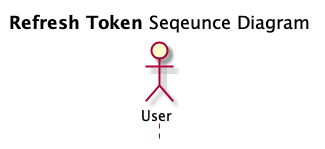
Kritsanawipankhet/CE64-41 keeps this PlantUML diagram as documents/diagrams/out/authentication-server/refreshToken/refreshToken.png. Above is the earlier version. Source of this version:
```plantuml
@startuml refreshToken
title **Refresh Token** Seqeunce Diagram
hide footbox
actor User

@enduml
```
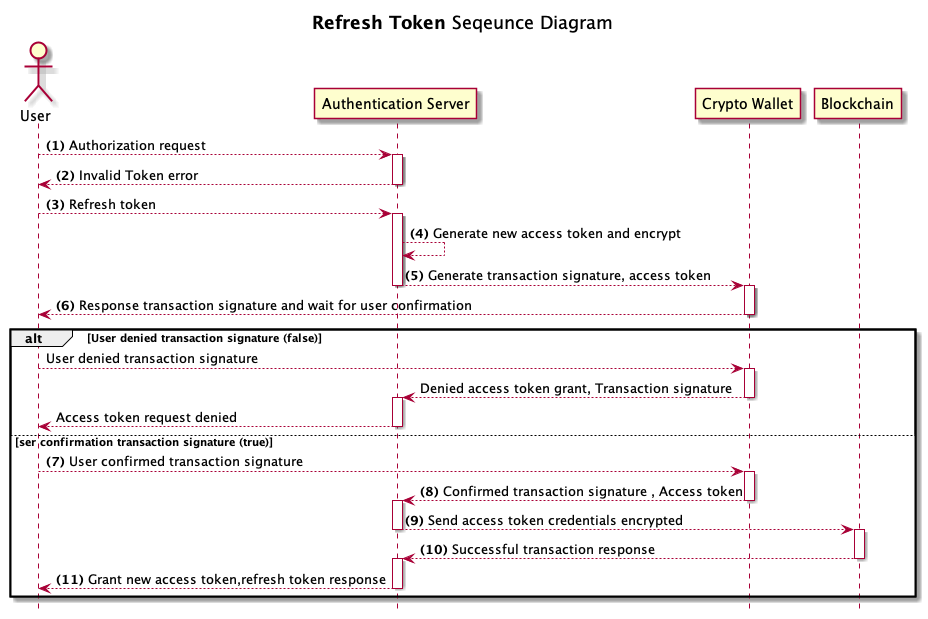
Above is the later version.

The edit, as a diff of the source:
```diff
@@ -2,5 +2,25 @@
 title **Refresh Token** Seqeunce Diagram
 hide footbox
 actor User
+autonumber "<b>(0)"
+"User" --> "Authentication Server" ++: Authorization request
+"Authentication Server" --> "User" --: Invalid Token error
+"User" --> "Authentication Server" ++: Refresh token
+"Authentication Server" --> "Authentication Server" : Generate new access token and encrypt
+"Authentication Server" --> "Crypto Wallet" --++: Generate transaction signature, access token
+"Crypto Wallet" --> "User" --: Response transaction signature and wait for user confirmation
+alt User denied transaction signature (false)
+    autonumber stop
+    "User" --> "Crypto Wallet" ++: User denied transaction signature
+    "Crypto Wallet" --> "Authentication Server" --++: Denied access token grant, Transaction signature
+    "Authentication Server" --> "User" --: Access token request denied
+else ser confirmation transaction signature (true)
+                    autonumber resume
+                    "User" --> "Crypto Wallet" ++: User confirmed transaction signature
+                    "Crypto Wallet" --> "Authentication Server" --++: Confirmed transaction signature , Access token
+                    "Authentication Server" --> "Blockchain" --++: Send access token credentials encrypted
+                    "Blockchain" --> "Authentication Server" --++: Successful transaction response
+                    "Authentication Server" --> "User" --: Grant new access token,refresh token response
 
+end
 @enduml
```
